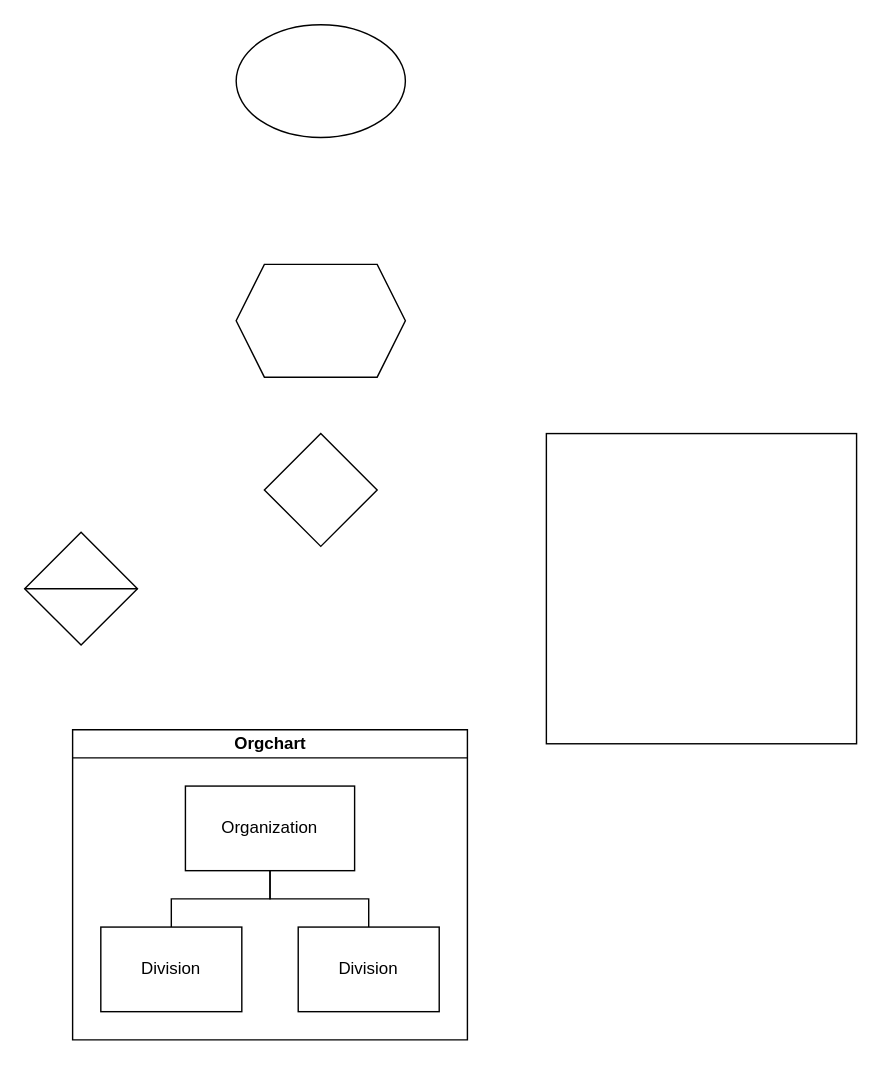
Above: Untitled Diagram.drawio in hbsxcjp/C (draw.io), before the change. Source tidied: cells renumbered, new cells numbered last; positions are measured from the earlier drawing's top-left corner, leaving out a move shared by most shapes. Both pictures are drawn from the tidied source at 141%, with x=0, y=0 at pixel (24, 24).
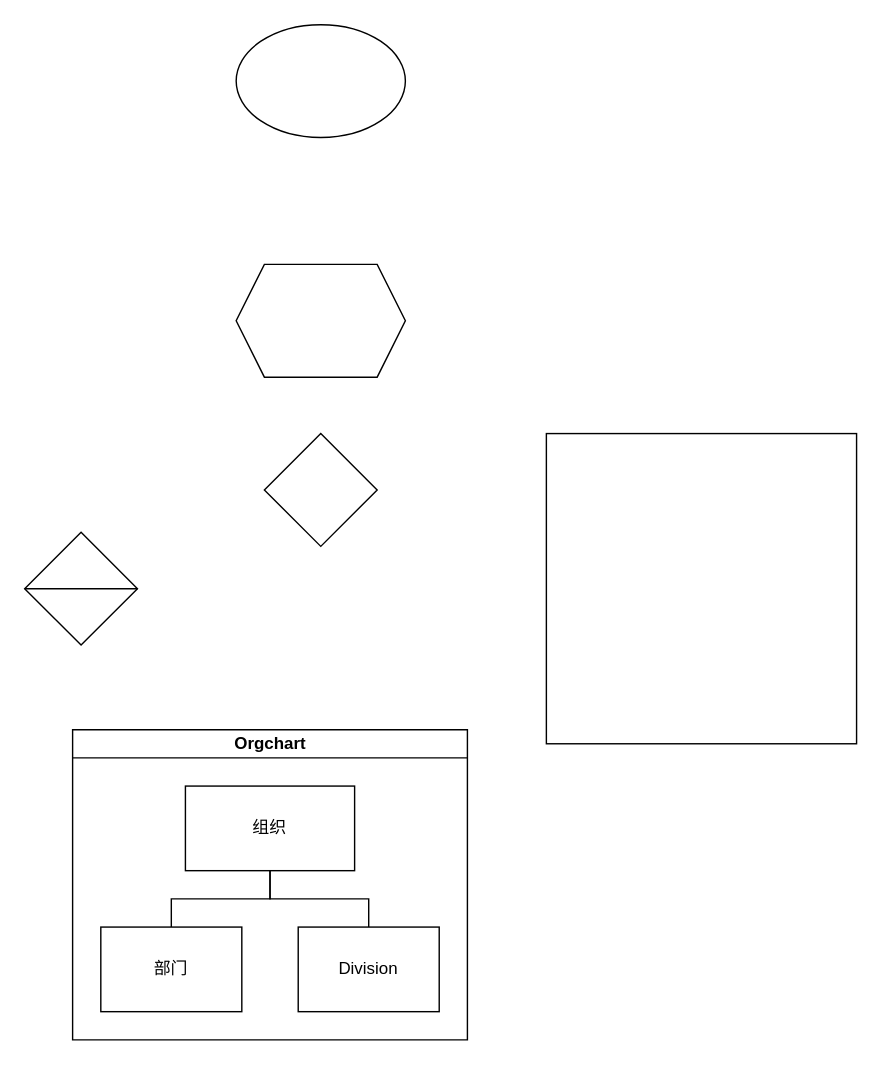
The same page after the edit.

Change to the diagram source:
```diff
@@
 <mxGraphModel>
   <root>
     <mxCell id="0" />
     <mxCell id="1" parent="0" />
     <mxCell id="2" style="shape=hexagon;perimeter=hexagonPerimeter2;whiteSpace=wrap;html=1;fixedSize=1;" parent="1" vertex="1">
       <mxGeometry x="150" y="170" width="120" height="80" as="geometry" />
     </mxCell>
     <mxCell id="3" style="ellipse;whiteSpace=wrap;html=1;" parent="1" vertex="1">
       <mxGeometry x="150" width="120" height="80" as="geometry" />
     </mxCell>
     <mxCell id="4" style="rhombus;whiteSpace=wrap;html=1;" parent="1" vertex="1">
       <mxGeometry x="170" y="290" width="80" height="80" as="geometry" />
     </mxCell>
     <mxCell id="5" style="whiteSpace=wrap;html=1;" parent="1" vertex="1">
       <mxGeometry x="370" y="290" width="220" height="220" as="geometry" />
     </mxCell>
     <mxCell id="6" style="shape=sortShape;perimeter=rhombusPerimeter;whiteSpace=wrap;html=1;" parent="1" vertex="1">
       <mxGeometry y="360" width="80" height="80" as="geometry" />
     </mxCell>
     <mxCell id="7" value="Orgchart" style="swimlane;html=1;startSize=20;horizontal=1;containerType=tree;newEdgeStyle={&quot;edgeStyle&quot;:&quot;elbowEdgeStyle&quot;,&quot;startArrow&quot;:&quot;none&quot;,&quot;endArrow&quot;:&quot;none&quot;};" parent="1" vertex="1">
       <mxGeometry x="34" y="500" width="280" height="220" as="geometry" />
     </mxCell>
     <mxCell id="8" style="edgeStyle=elbowEdgeStyle;elbow=vertical;startArrow=none;endArrow=none;rounded=0;" parent="7" edge="1" source="10" target="11">
       <mxGeometry relative="1" as="geometry" />
     </mxCell>
     <mxCell id="9" style="edgeStyle=elbowEdgeStyle;elbow=vertical;startArrow=none;endArrow=none;rounded=0;" parent="7" edge="1" source="10" target="12">
       <mxGeometry relative="1" as="geometry" />
     </mxCell>
-    <mxCell id="10" value="Organization" style="whiteSpace=wrap;html=1;align=center;newEdgeStyle={&quot;edgeStyle&quot;:&quot;elbowEdgeStyle&quot;,&quot;startArrow&quot;:&quot;none&quot;,&quot;endArrow&quot;:&quot;none&quot;};" parent="7" vertex="1">
+    <mxCell id="10" value="组织" style="whiteSpace=wrap;html=1;align=center;newEdgeStyle={&quot;edgeStyle&quot;:&quot;elbowEdgeStyle&quot;,&quot;startArrow&quot;:&quot;none&quot;,&quot;endArrow&quot;:&quot;none&quot;};" parent="7" vertex="1">
       <mxGeometry x="80" y="40" width="120" height="60" as="geometry" />
     </mxCell>
-    <mxCell id="11" value="Division" style="whiteSpace=wrap;html=1;align=center;verticalAlign=middle;newEdgeStyle={&quot;edgeStyle&quot;:&quot;elbowEdgeStyle&quot;,&quot;startArrow&quot;:&quot;none&quot;,&quot;endArrow&quot;:&quot;none&quot;};" parent="7" vertex="1">
+    <mxCell id="11" value="部门" style="whiteSpace=wrap;html=1;align=center;verticalAlign=middle;newEdgeStyle={&quot;edgeStyle&quot;:&quot;elbowEdgeStyle&quot;,&quot;startArrow&quot;:&quot;none&quot;,&quot;endArrow&quot;:&quot;none&quot;};" parent="7" vertex="1">
       <mxGeometry x="20" y="140" width="100" height="60" as="geometry" />
     </mxCell>
     <mxCell id="12" value="Division" style="whiteSpace=wrap;html=1;align=center;verticalAlign=middle;newEdgeStyle={&quot;edgeStyle&quot;:&quot;elbowEdgeStyle&quot;,&quot;startArrow&quot;:&quot;none&quot;,&quot;endArrow&quot;:&quot;none&quot;};" parent="7" vertex="1">
       <mxGeometry x="160" y="140" width="100" height="60" as="geometry" />
     </mxCell>
   </root>
 </mxGraphModel>
```
